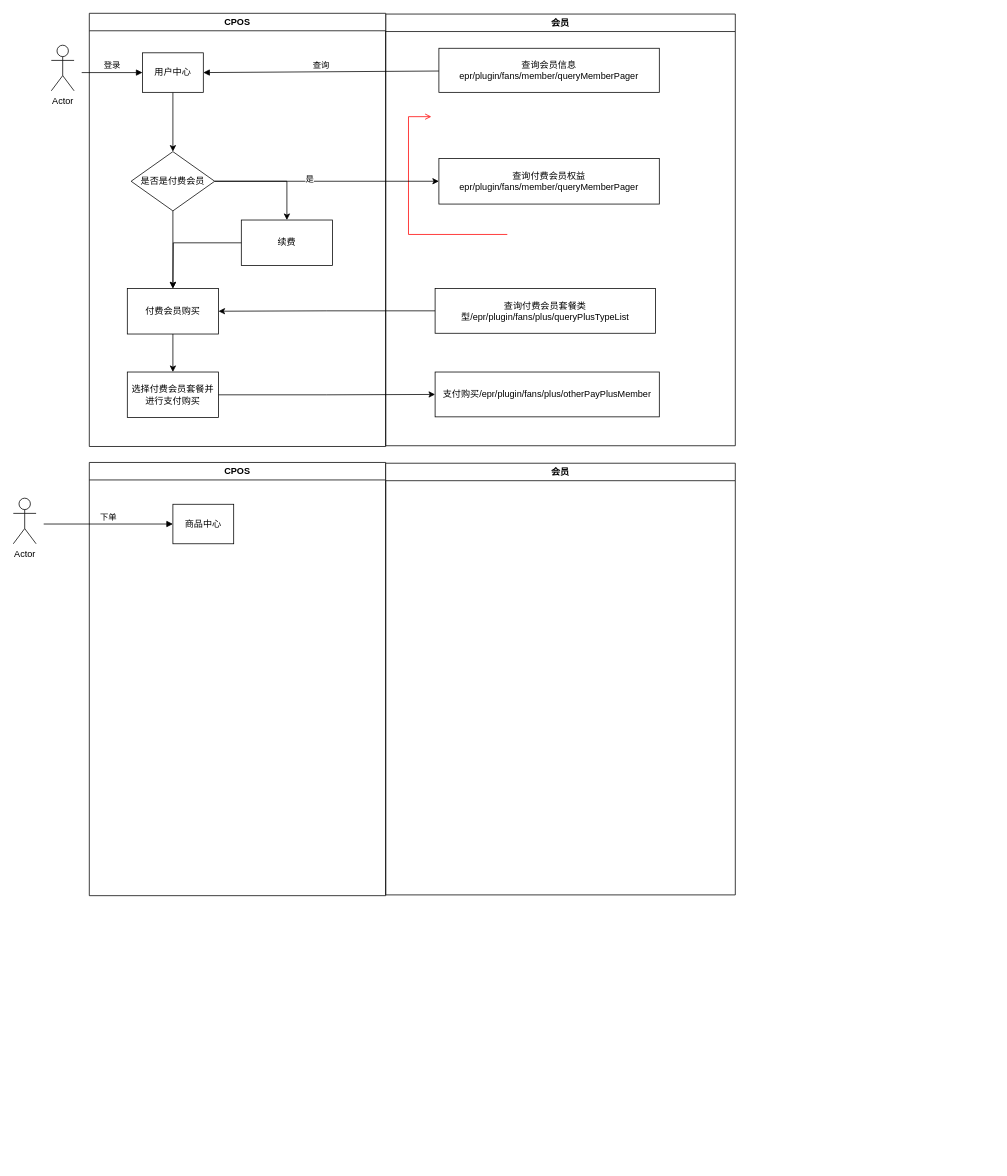
ThinkHuang/diagram keeps this draw.io diagram as CPOS对接付费会员.drawio. Above is the earlier version. Source tidied: cells renumbered, new cells numbered last; positions are measured from the earlier drawing's top-left corner, leaving out a move shared by most shapes. Both pictures are drawn from the tidied source at 76%, with x=0, y=0 at pixel (13, 13).
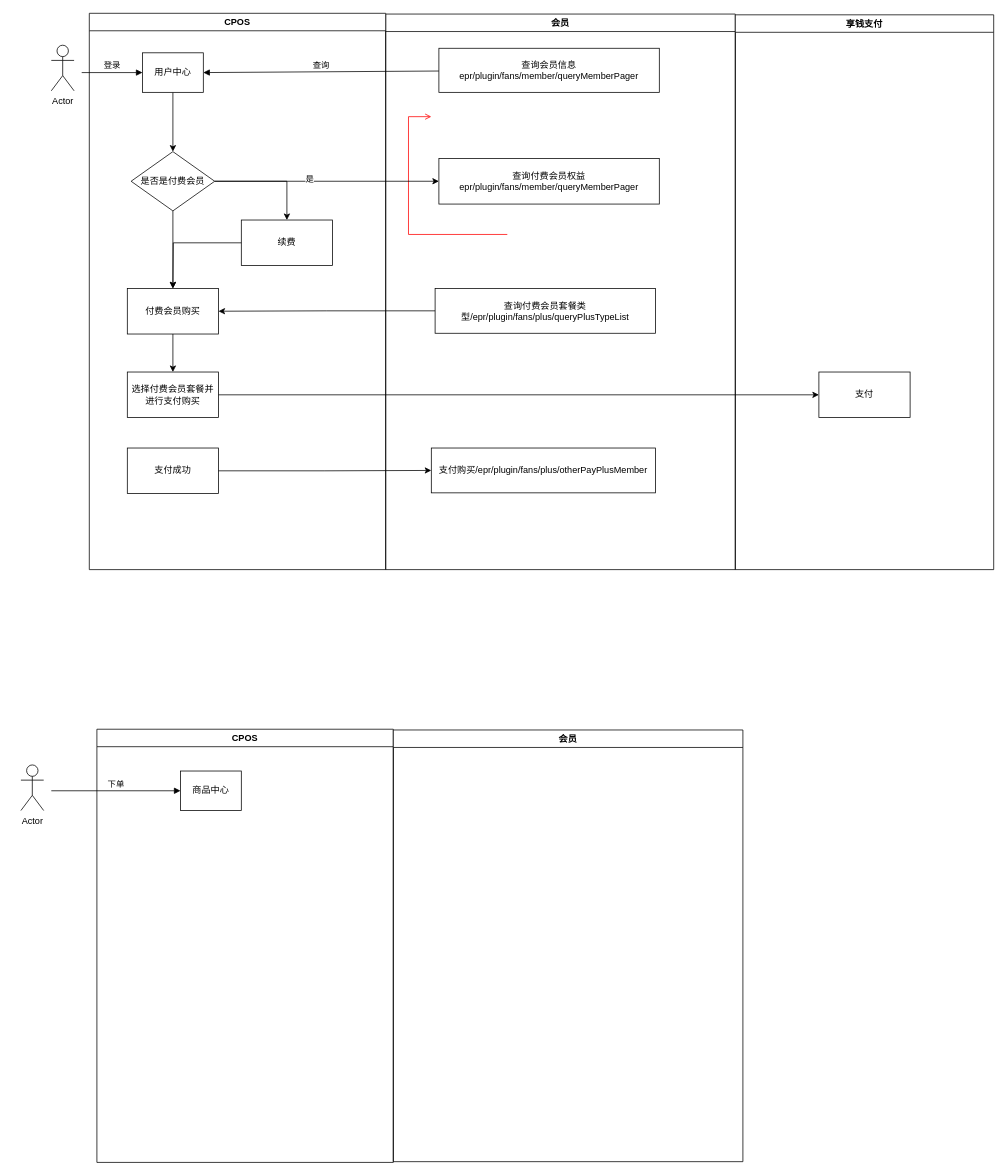
The same diagram, later.

Commit message:
更新CPOS对接付费会员.drawio

The change refers to these unchanged cells:
```xml
<mxCell id="14" value="选择付费会员套餐并进行支付购买" style="rounded=0;whiteSpace=wrap;html=1;" parent="8" vertex="1">
  <mxGeometry x="50" y="472" width="120" height="60" as="geometry" />
</mxCell>
<mxCell id="27" value="商品中心" style="rounded=0;whiteSpace=wrap;html=1;" parent="26" vertex="1">
  <mxGeometry x="110" y="55" width="80" height="52" as="geometry" />
</mxCell>
```

Change to the diagram source:
```diff
@@
     <mxCell id="2" value="会员" style="swimlane;whiteSpace=wrap;" parent="1" vertex="1">
-      <mxGeometry x="490" y="1" width="460" height="568" as="geometry" />
+      <mxGeometry x="490" y="1" width="460" height="731" as="geometry" />
     </mxCell>
@@
     <mxCell id="7" value="支付购买/epr/plugin/fans/plus/otherPayPlusMember" style="rounded=0;whiteSpace=wrap;html=1;" parent="2" vertex="1">
-      <mxGeometry x="65" y="471" width="295" height="59" as="geometry" />
+      <mxGeometry x="60" y="571" width="295" height="59" as="geometry" />
     </mxCell>
     <mxCell id="8" value="CPOS" style="swimlane;whiteSpace=wrap;" parent="1" vertex="1">
-      <mxGeometry x="100" width="390" height="570" as="geometry" />
+      <mxGeometry x="100" width="390" height="732" as="geometry" />
     </mxCell>
@@
+    <mxCell id="31" value="支付成功" style="rounded=0;whiteSpace=wrap;html=1;" parent="8" vertex="1">
+      <mxGeometry x="50" y="572" width="120" height="60" as="geometry" />
+    </mxCell>
@@
-    <mxCell id="24" style="edgeStyle=orthogonalEdgeStyle;rounded=0;jettySize=auto;html=1;entryX=0;entryY=0.5;entryDx=0;entryDy=0;" parent="1" edge="1" source="14" target="7">
-      <mxGeometry relative="1" as="geometry" />
-    </mxCell>
@@
     <mxCell id="26" value="CPOS" style="swimlane;whiteSpace=wrap;" parent="1" vertex="1">
-      <mxGeometry x="100" y="591" width="390" height="570" as="geometry" />
+      <mxGeometry x="110" y="942" width="390" height="570" as="geometry" />
     </mxCell>
@@
     <mxCell id="28" value="会员" style="swimlane;whiteSpace=wrap;" parent="1" vertex="1">
-      <mxGeometry x="490" y="592" width="460" height="568" as="geometry" />
+      <mxGeometry x="500" y="943" width="460" height="568" as="geometry" />
     </mxCell>
     <mxCell id="29" value="Actor" style="shape=umlActor;verticalLabelPosition=bottom;verticalAlign=top;html=1;" parent="1" vertex="1">
-      <mxGeometry y="638" width="30" height="60" as="geometry" />
+      <mxGeometry x="10" y="989" width="30" height="60" as="geometry" />
     </mxCell>
     <mxCell id="30" value="下单" style="html=1;verticalAlign=bottom;endArrow=block;rounded=0;entryX=0;entryY=0.5;entryDx=0;entryDy=0;" parent="1" edge="1" target="27">
       <mxGeometry relative="1" as="geometry">
-        <mxPoint x="40" y="672" as="sourcePoint" />
+        <mxPoint x="50" y="1023" as="sourcePoint" />
       </mxGeometry>
     </mxCell>
+    <mxCell id="32" value="享钱支付" style="swimlane;whiteSpace=wrap;" parent="1" vertex="1">
+      <mxGeometry x="950" y="2" width="340" height="730" as="geometry" />
+    </mxCell>
+    <mxCell id="33" value="支付" style="rounded=0;whiteSpace=wrap;html=1;" parent="32" vertex="1">
+      <mxGeometry x="110" y="470" width="120" height="60" as="geometry" />
+    </mxCell>
+    <mxCell id="34" style="edgeStyle=orthogonalEdgeStyle;rounded=0;jettySize=auto;html=1;exitX=1;exitY=0.5;exitDx=0;exitDy=0;entryX=0;entryY=0.5;entryDx=0;entryDy=0;" parent="1" edge="1" source="14" target="33">
+      <mxGeometry relative="1" as="geometry" />
+    </mxCell>
+    <mxCell id="35" style="edgeStyle=orthogonalEdgeStyle;rounded=0;jettySize=auto;html=1;exitX=1;exitY=0.5;exitDx=0;exitDy=0;" parent="1" edge="1" source="31" target="7">
+      <mxGeometry relative="1" as="geometry" />
+    </mxCell>
```
